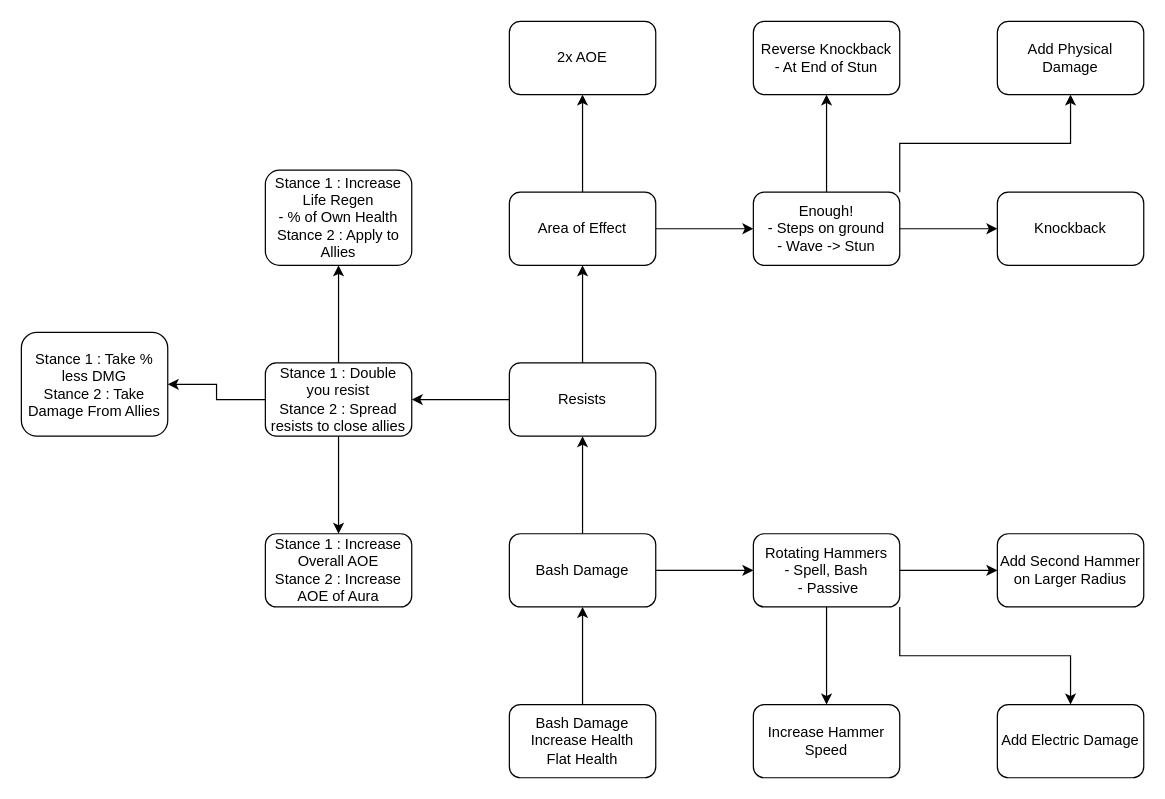
LeVieuxSinge/RoguelikeGame keeps this draw.io diagram as page "Guardian" (6 of 30) of Docs/SkillTree.drawio. Above is the earlier version. Source tidied: cells renumbered, new cells numbered last; positions are measured from the earlier drawing's top-left corner, leaving out a move shared by most shapes. Both pictures are drawn from the tidied source at 122%, with x=0, y=0 at pixel (21, 21).
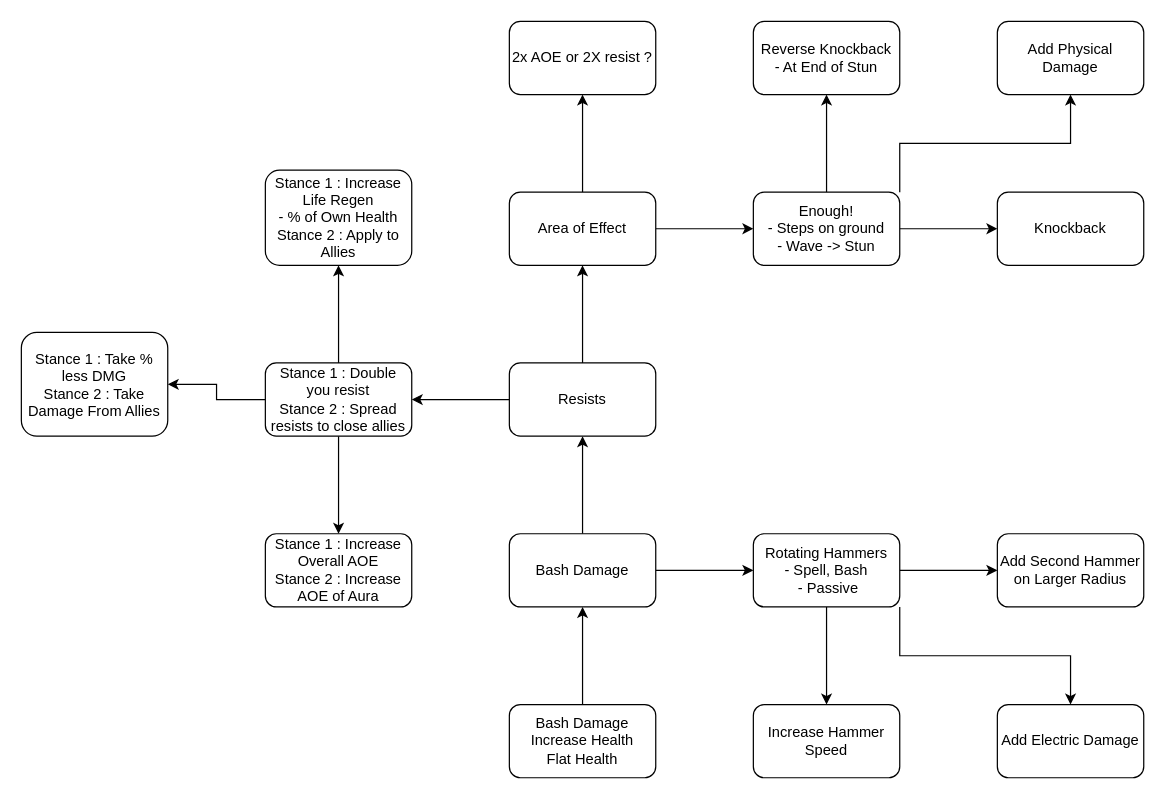
The same diagram, later.

Change to the diagram source:
```diff
@@
-    <mxCell id="25" value="2x AOE" style="rounded=1;whiteSpace=wrap;html=1;" parent="1" vertex="1">
+    <mxCell id="25" value="2x AOE or 2X resist ?" style="rounded=1;whiteSpace=wrap;html=1;" parent="1" vertex="1">
       <mxGeometry x="400" width="120" height="60" as="geometry" />
     </mxCell>
```
